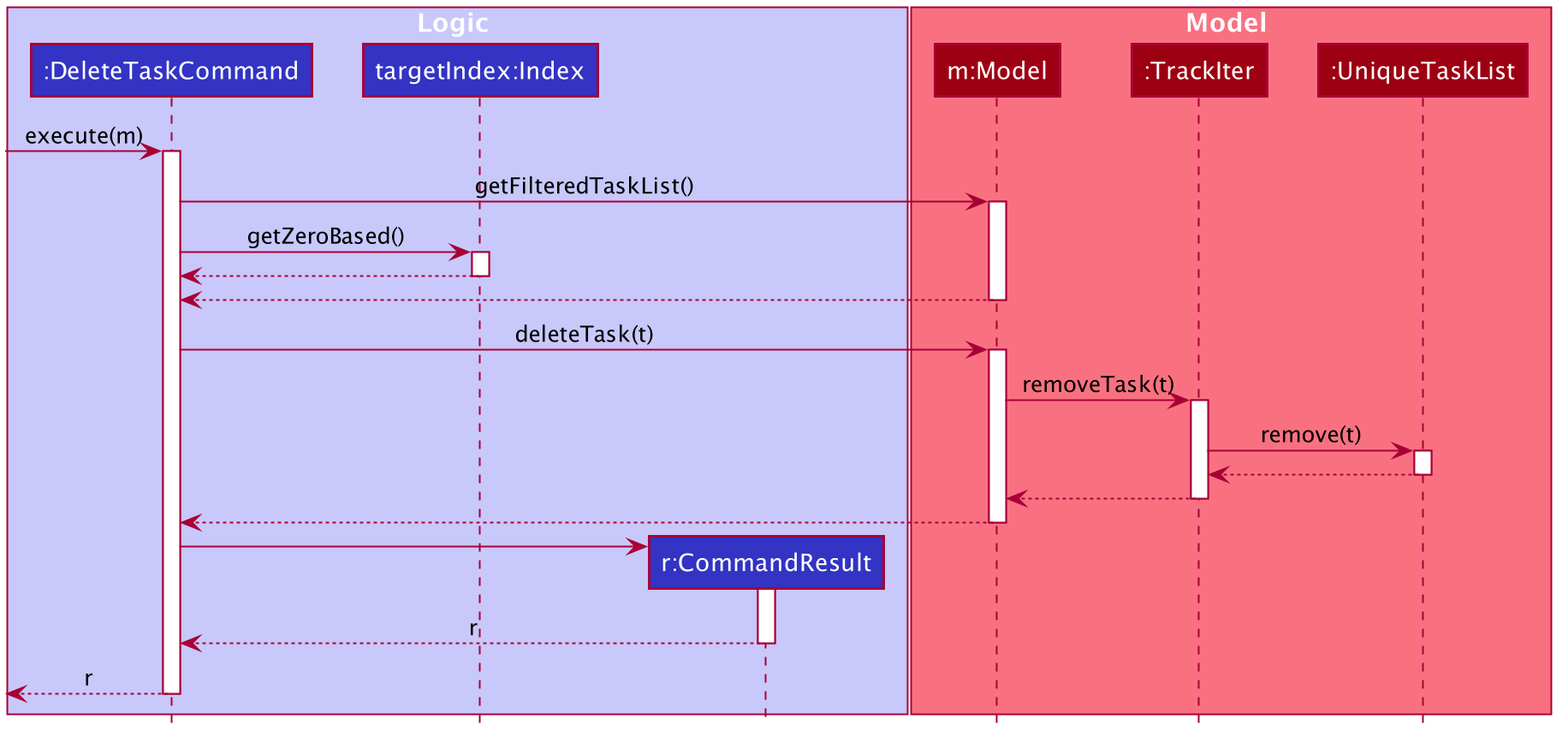
Above: docs/images/DeleteTaskSequenceDiagram.png in simonteozw/tp (PlantUML), before the change.
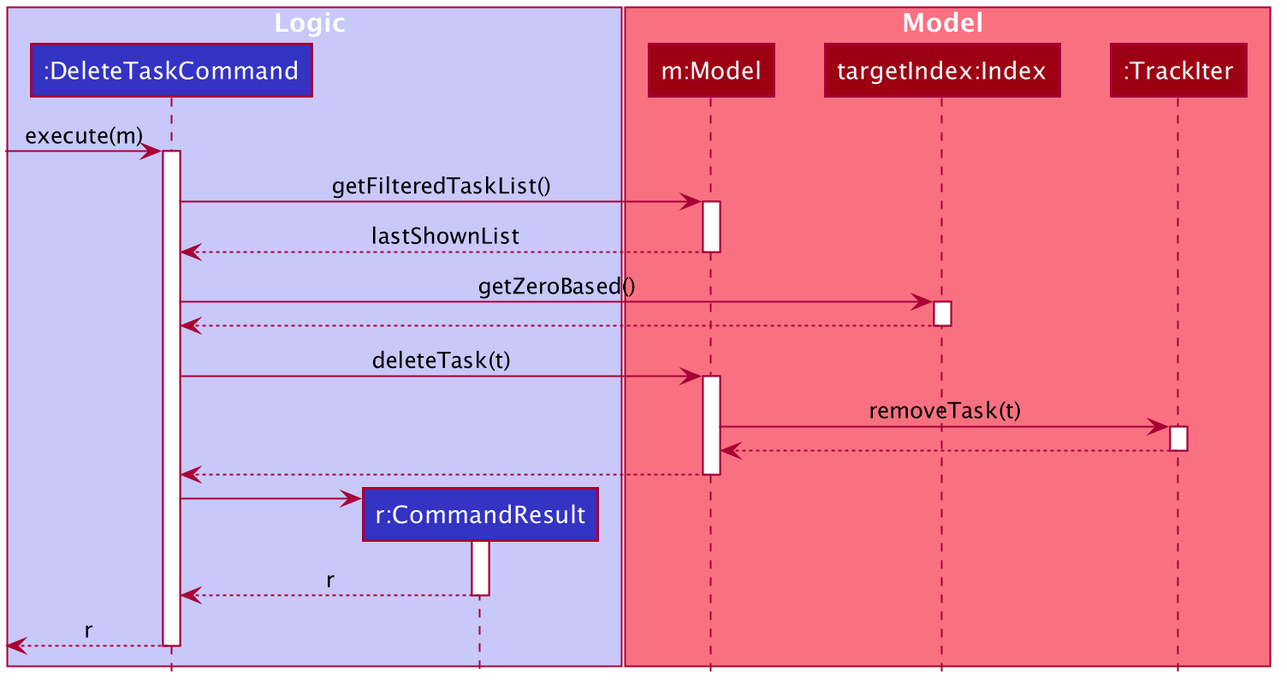
Later version of the same file.

The edit, as a diff of the source:
```diff
@@ -17,6 +17,8 @@
     BorderColor #FFFFFF
     StereotypeFontColor #FFFFFF
     FontName Arial
+    AttributeFontColor #FFFFFF
+    AttributeIconSize 0
 }
 
 skinparam Actor {
@@ -50,14 +52,13 @@
 
 box Logic #C8C8FA
 participant ":DeleteTaskCommand" as DeleteTaskCommand #3333C4
-participant "targetIndex:Index" as index #3333C4
 participant "r:CommandResult" as CommandResult #3333C4
 end box
 
 box Model #F97181
 participant "m:Model" as Model #9D0012
+participant "targetIndex:Index" as index #9D0012
 participant ":TrackIter" as TrackIter #9D0012
-participant ":UniqueTaskList" as UniqueTaskList #9D0012
 end box
 
 [-> DeleteTaskCommand : execute(m)
@@ -66,26 +67,21 @@
 DeleteTaskCommand -> Model : getFilteredTaskList()
 activate Model
 
+Model --> DeleteTaskCommand : lastShownList
+deactivate Model
+
 DeleteTaskCommand -> index : getZeroBased()
 activate index
 
 index --> DeleteTaskCommand
 deactivate index
 
-Model --> DeleteTaskCommand
-deactivate Model
 
 DeleteTaskCommand -> Model : deleteTask(t)
 activate Model
 
 Model -> TrackIter : removeTask(t)
 activate TrackIter
-
-TrackIter -> UniqueTaskList : remove(t)
-activate UniqueTaskList
-
-UniqueTaskList --> TrackIter
-deactivate UniqueTaskList
 
 TrackIter --> Model
 deactivate TrackIter
```
